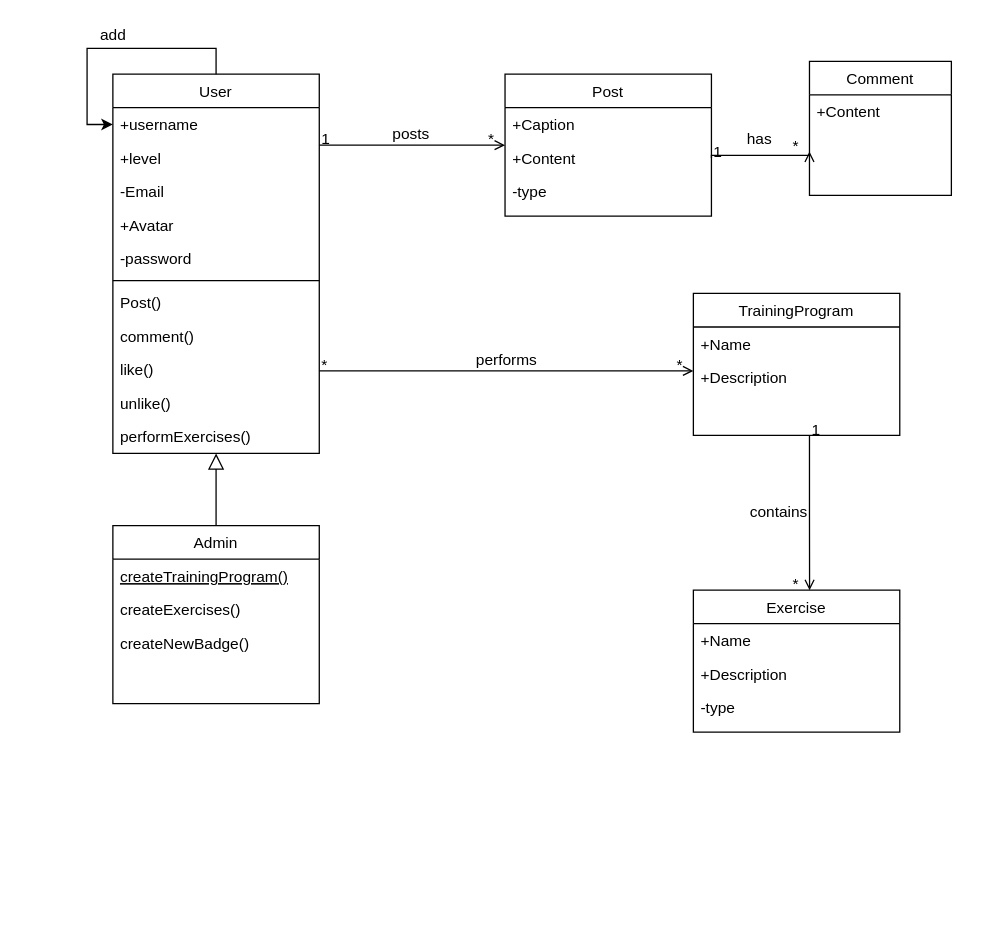
Before: Untitled Diagram.drawio in MohammadEssam0/database-related-things, a draw.io diagram. Source tidied: cells renumbered, new cells numbered last; positions are measured from the earlier drawing's top-left corner, leaving out a move shared by most shapes. Both pictures are drawn from the tidied source at 129%, with x=0, y=0 at pixel (86, 22).
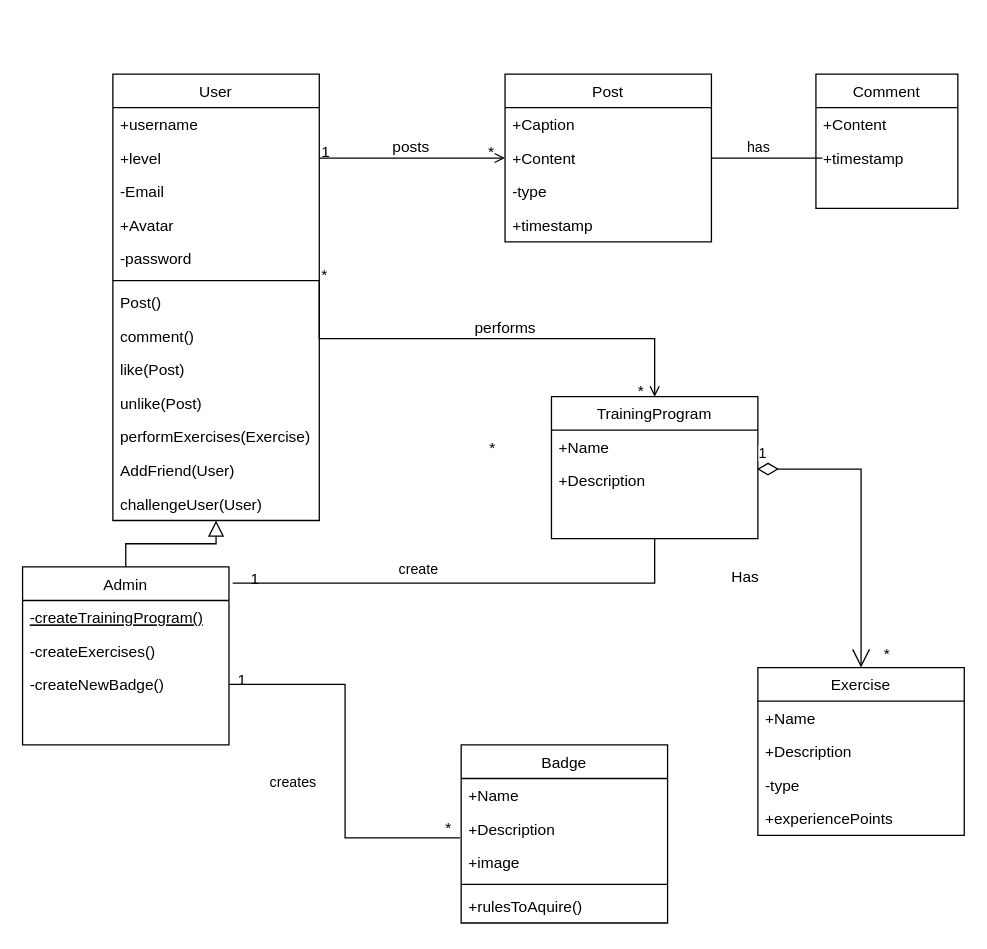
Above is the later version.

The change refers to these unchanged cells:
```xml
<mxCell id="3" value="+username" style="text;align=left;verticalAlign=top;spacingLeft=4;spacingRight=4;overflow=hidden;points=[[0,0.5],[1,0.5]];portConstraint=eastwest;" parent="2" vertex="1">
  <mxGeometry y="26" width="160" height="26" as="geometry" />
</mxCell>
<mxCell id="8" style="line;html=1;strokeWidth=1;align=left;verticalAlign=middle;spacingTop=-1;spacingLeft=3;spacingRight=3;labelPosition=right;points=[];portConstraint=eastwest;" parent="2" vertex="1">
  <mxGeometry y="156" width="160" height="8" as="geometry" />
</mxCell>
<mxCell id="22" value="+Content" style="text;align=left;verticalAlign=top;spacingLeft=4;spacingRight=4;overflow=hidden;points=[[0,0.5],[1,0.5]];portConstraint=eastwest;rounded=0;shadow=0;html=0;" parent="20" vertex="1">
  <mxGeometry y="52" width="160" height="26" as="geometry" />
</mxCell>
<mxCell id="38" value="+Description" style="text;align=left;verticalAlign=top;spacingLeft=4;spacingRight=4;overflow=hidden;points=[[0,0.5],[1,0.5]];portConstraint=eastwest;rounded=0;shadow=0;html=0;" parent="36" vertex="1">
  <mxGeometry y="52" width="160" height="26" as="geometry" />
</mxCell>
```

Diff of the diagram source:
```diff
@@
     <mxCell id="2" value="User" style="swimlane;fontStyle=0;align=center;verticalAlign=top;horizontal=1;startSize=26;rounded=0;shadow=0;strokeWidth=1;" parent="1" vertex="1">
-      <mxGeometry x="20" y="40" width="160" height="294" as="geometry" />
+      <mxGeometry x="20" y="40" width="160" height="346" as="geometry" />
     </mxCell>
@@
-    <mxCell id="11" value="like()" style="text;align=left;verticalAlign=top;spacingLeft=4;spacingRight=4;overflow=hidden;" parent="2" vertex="1">
+    <mxCell id="11" value="like(Post)" style="text;align=left;verticalAlign=top;spacingLeft=4;spacingRight=4;overflow=hidden;" parent="2" vertex="1">
       <mxGeometry y="216" width="160" height="26" as="geometry" />
     </mxCell>
-    <mxCell id="12" value="unlike()" style="text;align=left;verticalAlign=top;spacingLeft=4;spacingRight=4;overflow=hidden;" parent="2" vertex="1">
+    <mxCell id="12" value="unlike(Post)" style="text;align=left;verticalAlign=top;spacingLeft=4;spacingRight=4;overflow=hidden;" parent="2" vertex="1">
       <mxGeometry y="242" width="160" height="26" as="geometry" />
     </mxCell>
-    <mxCell id="13" value="performExercises()" style="text;align=left;verticalAlign=top;spacingLeft=4;spacingRight=4;overflow=hidden;" parent="2" vertex="1">
+    <mxCell id="13" value="performExercises(Exercise)" style="text;align=left;verticalAlign=top;spacingLeft=4;spacingRight=4;overflow=hidden;" parent="2" vertex="1">
       <mxGeometry y="268" width="160" height="26" as="geometry" />
     </mxCell>
-    <mxCell id="14" style="edgeStyle=orthogonalEdgeStyle;rounded=0;jettySize=auto;html=1;" parent="2" edge="1" source="2" target="3">
-      <mxGeometry relative="1" as="geometry" />
-    </mxCell>
+    <mxCell id="50" value="AddFriend(User)" style="text;align=left;verticalAlign=top;spacingLeft=4;spacingRight=4;overflow=hidden;" parent="2" vertex="1">
+      <mxGeometry y="294" width="160" height="26" as="geometry" />
+    </mxCell>
+    <mxCell id="51" value="challengeUser(User)" style="text;align=left;verticalAlign=top;spacingLeft=4;spacingRight=4;overflow=hidden;" parent="2" vertex="1">
+      <mxGeometry y="320" width="160" height="26" as="geometry" />
+    </mxCell>
     <mxCell id="15" value="Admin" style="swimlane;fontStyle=0;align=center;verticalAlign=top;horizontal=1;startSize=26;rounded=0;shadow=0;strokeWidth=1;" parent="1" vertex="1">
-      <mxGeometry x="20" y="390" width="160" height="138" as="geometry" />
+      <mxGeometry x="-50" y="422" width="160" height="138" as="geometry" />
     </mxCell>
-    <mxCell id="16" value="createTrainingProgram()" style="text;align=left;verticalAlign=top;spacingLeft=4;spacingRight=4;overflow=hidden;fontStyle=4;" parent="15" vertex="1">
+    <mxCell id="16" value="-createTrainingProgram()" style="text;align=left;verticalAlign=top;spacingLeft=4;spacingRight=4;overflow=hidden;fontStyle=4;" parent="15" vertex="1">
       <mxGeometry y="26" width="160" height="26" as="geometry" />
     </mxCell>
-    <mxCell id="17" value="createExercises()" style="text;align=left;verticalAlign=top;spacingLeft=4;spacingRight=4;overflow=hidden;" parent="15" vertex="1">
+    <mxCell id="17" value="-createExercises()" style="text;align=left;verticalAlign=top;spacingLeft=4;spacingRight=4;overflow=hidden;" parent="15" vertex="1">
       <mxGeometry y="52" width="160" height="26" as="geometry" />
     </mxCell>
-    <mxCell id="18" value="createNewBadge()" style="text;align=left;verticalAlign=top;spacingLeft=4;spacingRight=4;overflow=hidden;points=[[0,0.5],[1,0.5]];portConstraint=eastwest;" parent="15" vertex="1">
+    <mxCell id="18" value="-createNewBadge()" style="text;align=left;verticalAlign=top;spacingLeft=4;spacingRight=4;overflow=hidden;points=[[0,0.5],[1,0.5]];portConstraint=eastwest;" parent="15" vertex="1">
       <mxGeometry y="78" width="160" height="26" as="geometry" />
     </mxCell>
@@
     <mxCell id="20" value="Post" style="swimlane;fontStyle=0;align=center;verticalAlign=top;horizontal=1;startSize=26;rounded=0;shadow=0;strokeWidth=1;" parent="1" vertex="1">
-      <mxGeometry x="324" y="40" width="160" height="110" as="geometry" />
+      <mxGeometry x="324" y="40" width="160" height="130" as="geometry" />
     </mxCell>
@@
+    <mxCell id="52" value="+timestamp" style="text;align=left;verticalAlign=top;spacingLeft=4;spacingRight=4;overflow=hidden;rounded=0;shadow=0;html=0;" parent="20" vertex="1">
+      <mxGeometry y="104" width="160" height="26" as="geometry" />
+    </mxCell>
@@
     <mxCell id="28" value="Exercise" style="swimlane;fontStyle=0;align=center;verticalAlign=top;horizontal=1;startSize=26;rounded=0;shadow=0;strokeWidth=1;" parent="1" vertex="1">
-      <mxGeometry x="470" y="440" width="160" height="110" as="geometry" />
+      <mxGeometry x="520" y="500" width="160" height="130" as="geometry" />
     </mxCell>
@@
+    <mxCell id="53" value="+experiencePoints" style="text;align=left;verticalAlign=top;spacingLeft=4;spacingRight=4;overflow=hidden;rounded=0;shadow=0;html=0;" parent="28" vertex="1">
+      <mxGeometry y="104" width="160" height="26" as="geometry" />
+    </mxCell>
-    <mxCell id="32" style="endArrow=open;shadow=0;strokeWidth=1;rounded=0;endFill=1;edgeStyle=elbowEdgeStyle;elbow=vertical;" parent="1" edge="1">
+    <mxCell id="32" style="endArrow=open;shadow=0;strokeWidth=1;rounded=0;endFill=1;edgeStyle=elbowEdgeStyle;elbow=vertical;exitX=1;exitY=0.47;exitDx=0;exitDy=0;exitPerimeter=0;entryX=0.5;entryY=0;entryDx=0;entryDy=0;" parent="1" edge="1" source="8" target="36">
       <mxGeometry x="0.5" y="41" relative="1" as="geometry">
-        <mxPoint x="180" y="270" as="sourcePoint" />
-        <mxPoint x="470" y="270" as="targetPoint" />
         <mxPoint x="-40" y="32" as="offset" />
       </mxGeometry>
     </mxCell>
@@
     <mxCell id="36" value="TrainingProgram" style="swimlane;fontStyle=0;align=center;verticalAlign=top;horizontal=1;startSize=26;rounded=0;shadow=0;strokeWidth=1;" parent="1" vertex="1">
-      <mxGeometry x="470" y="210" width="160" height="110" as="geometry" />
+      <mxGeometry x="360" y="290" width="160" height="110" as="geometry" />
     </mxCell>
@@
-    <mxCell id="39" style="endArrow=open;shadow=0;strokeWidth=1;rounded=0;endFill=1;edgeStyle=elbowEdgeStyle;elbow=vertical;entryX=0.563;entryY=0;entryDx=0;entryDy=0;entryPerimeter=0;" parent="1" edge="1" target="28">
-      <mxGeometry x="0.5" y="41" relative="1" as="geometry">
-        <mxPoint x="560" y="320" as="sourcePoint" />
-        <mxPoint x="-40" y="32" as="offset" />
-      </mxGeometry>
-    </mxCell>
-    <mxCell id="40" value="1" style="align=left;verticalAlign=bottom;labelBackgroundColor=none;fontSize=12;" parent="39" vertex="1">
-      <mxGeometry x="-1" relative="1" as="geometry">
-        <mxPoint y="4" as="offset" />
-      </mxGeometry>
-    </mxCell>
-    <mxCell id="41" value="*" style="align=right;verticalAlign=bottom;labelBackgroundColor=none;fontSize=12;" parent="39" vertex="1">
-      <mxGeometry x="1" relative="1" as="geometry">
-        <mxPoint x="-7" y="4" as="offset" />
-      </mxGeometry>
-    </mxCell>
-    <mxCell id="42" value="contains" style="text;html=1;align=center;verticalAlign=middle;labelBackgroundColor=none;rounded=0;shadow=0;strokeWidth=1;fontSize=12;" parent="39" vertex="1">
-      <mxGeometry x="0.5" y="49" relative="1" as="geometry">
-        <mxPoint x="-74" y="-30" as="offset" />
-      </mxGeometry>
-    </mxCell>
-    <mxCell id="43" value="add" style="text;html=1;align=center;verticalAlign=middle;strokeColor=none;fillColor=none;" parent="1" vertex="1">
-      <mxGeometry width="40" height="20" as="geometry" />
-    </mxCell>
     <mxCell id="44" value="Comment" style="swimlane;fontStyle=0;align=center;verticalAlign=top;horizontal=1;startSize=26;rounded=0;shadow=0;strokeWidth=1;" parent="1" vertex="1">
-      <mxGeometry x="560" y="30" width="110" height="104" as="geometry" />
+      <mxGeometry x="565" y="40" width="110" height="104" as="geometry" />
     </mxCell>
@@
-    <mxCell id="46" style="endArrow=open;shadow=0;strokeWidth=1;rounded=0;endFill=1;edgeStyle=elbowEdgeStyle;elbow=vertical;exitX=1;exitY=0.5;exitDx=0;exitDy=0;" parent="1" edge="1" source="22">
-      <mxGeometry x="0.5" y="41" relative="1" as="geometry">
-        <mxPoint x="560" y="100" as="targetPoint" />
-        <mxPoint x="-40" y="32" as="offset" />
-      </mxGeometry>
-    </mxCell>
-    <mxCell id="47" value="1" style="align=left;verticalAlign=bottom;labelBackgroundColor=none;fontSize=12;" parent="46" vertex="1">
-      <mxGeometry x="-1" relative="1" as="geometry">
-        <mxPoint y="4" as="offset" />
-      </mxGeometry>
-    </mxCell>
-    <mxCell id="48" value="*" style="align=right;verticalAlign=bottom;labelBackgroundColor=none;fontSize=12;" parent="46" vertex="1">
-      <mxGeometry x="1" relative="1" as="geometry">
-        <mxPoint x="-7" y="4" as="offset" />
-      </mxGeometry>
-    </mxCell>
+    <mxCell id="54" value="+timestamp" style="text;align=left;verticalAlign=top;spacingLeft=4;spacingRight=4;overflow=hidden;rounded=0;shadow=0;html=0;" parent="44" vertex="1">
+      <mxGeometry y="52" width="110" height="26" as="geometry" />
+    </mxCell>
+    <mxCell id="55" value="Has" style="text;html=1;align=center;verticalAlign=middle;strokeColor=none;fillColor=none;" parent="1" vertex="1">
+      <mxGeometry x="490" y="420" width="40" height="20" as="geometry" />
+    </mxCell>
+    <mxCell id="56" style="endArrow=none;html=1;edgeStyle=orthogonalEdgeStyle;rounded=0;exitX=1;exitY=0.5;exitDx=0;exitDy=0;" parent="1" edge="1" source="22">
+      <mxGeometry relative="1" as="geometry">
+        <mxPoint x="570" y="105" as="targetPoint" />
+      </mxGeometry>
+    </mxCell>
-    <mxCell id="49" value="has" style="text;html=1;align=center;verticalAlign=middle;labelBackgroundColor=none;rounded=0;shadow=0;strokeWidth=1;fontSize=12;" parent="46" vertex="1">
-      <mxGeometry x="0.5" y="49" relative="1" as="geometry">
-        <mxPoint x="-23" y="36" as="offset" />
+    <mxCell id="49" value="has" style="edgeLabel;html=1;align=left;verticalAlign=bottom;" parent="56" vertex="1">
+      <mxGeometry x="-1" relative="1" as="geometry">
+        <mxPoint x="26" as="offset" />
       </mxGeometry>
     </mxCell>
+    <mxCell id="57" value="Badge" style="swimlane;fontStyle=0;align=center;verticalAlign=top;horizontal=1;startSize=26;rounded=0;shadow=0;strokeWidth=1;" parent="1" vertex="1">
+      <mxGeometry x="290" y="560" width="160" height="138" as="geometry" />
+    </mxCell>
+    <mxCell id="58" value="+Name" style="text;align=left;verticalAlign=top;spacingLeft=4;spacingRight=4;overflow=hidden;rounded=0;shadow=0;html=0;" parent="57" vertex="1">
+      <mxGeometry y="26" width="160" height="26" as="geometry" />
+    </mxCell>
+    <mxCell id="59" value="+Description" style="text;align=left;verticalAlign=top;spacingLeft=4;spacingRight=4;overflow=hidden;points=[[0,0.5],[1,0.5]];portConstraint=eastwest;rounded=0;shadow=0;html=0;" parent="57" vertex="1">
+      <mxGeometry y="52" width="160" height="26" as="geometry" />
+    </mxCell>
+    <mxCell id="60" value="+image" style="text;align=left;verticalAlign=top;spacingLeft=4;spacingRight=4;overflow=hidden;rounded=0;shadow=0;html=0;" parent="57" vertex="1">
+      <mxGeometry y="78" width="160" height="26" as="geometry" />
+    </mxCell>
+    <mxCell id="61" style="line;strokeWidth=1;fillColor=none;align=left;verticalAlign=middle;spacingTop=-1;spacingLeft=3;spacingRight=3;labelPosition=right;" parent="57" vertex="1">
+      <mxGeometry y="104" width="160" height="8" as="geometry" />
+    </mxCell>
+    <mxCell id="62" value="+rulesToAquire()" style="text;align=left;verticalAlign=top;spacingLeft=4;spacingRight=4;overflow=hidden;rounded=0;shadow=0;html=0;" parent="57" vertex="1">
+      <mxGeometry y="112" width="160" height="26" as="geometry" />
+    </mxCell>
+    <mxCell id="63" style="endArrow=none;html=1;edgeStyle=orthogonalEdgeStyle;rounded=0;exitX=1;exitY=0.5;exitDx=0;exitDy=0;entryX=-0.006;entryY=0.769;entryDx=0;entryDy=0;entryPerimeter=0;" parent="1" edge="1" source="18" target="59">
+      <mxGeometry relative="1" as="geometry" />
+    </mxCell>
+    <mxCell id="64" value="creates" style="edgeLabel;html=1;align=left;verticalAlign=bottom;" parent="63" vertex="1">
+      <mxGeometry x="-1" relative="1" as="geometry">
+        <mxPoint x="30" y="84" as="offset" />
+      </mxGeometry>
+    </mxCell>
+    <mxCell id="65" value="1" style="text;html=1;align=center;verticalAlign=middle;strokeColor=none;fillColor=none;" parent="1" vertex="1">
+      <mxGeometry x="110" y="500" width="20" height="20" as="geometry" />
+    </mxCell>
+    <mxCell id="66" value="*" style="text;html=1;align=center;verticalAlign=middle;strokeColor=none;fillColor=none;" parent="1" vertex="1">
+      <mxGeometry x="270" y="615" width="20" height="20" as="geometry" />
+    </mxCell>
+    <mxCell id="67" style="endArrow=none;html=1;edgeStyle=orthogonalEdgeStyle;rounded=0;exitX=1.018;exitY=0.091;exitDx=0;exitDy=0;exitPerimeter=0;" parent="1" edge="1" source="15" target="36">
+      <mxGeometry relative="1" as="geometry" />
+    </mxCell>
+    <mxCell id="68" value="create" style="edgeLabel;html=1;align=left;verticalAlign=bottom;" parent="67" vertex="1">
+      <mxGeometry x="-1" relative="1" as="geometry">
+        <mxPoint x="127" y="-3" as="offset" />
+      </mxGeometry>
+    </mxCell>
+    <mxCell id="69" value="1" style="text;html=1;align=center;verticalAlign=middle;strokeColor=none;fillColor=none;" parent="1" vertex="1">
+      <mxGeometry x="120" y="422" width="20" height="20" as="geometry" />
+    </mxCell>
+    <mxCell id="70" value="*" style="text;html=1;align=center;verticalAlign=middle;strokeColor=none;fillColor=none;" parent="1" vertex="1">
+      <mxGeometry x="304" y="320" width="20" height="20" as="geometry" />
+    </mxCell>
+    <mxCell id="71" value="1" style="endArrow=open;html=1;endSize=12;startArrow=diamondThin;startSize=14;startFill=0;edgeStyle=orthogonalEdgeStyle;align=left;verticalAlign=bottom;rounded=0;exitX=0.996;exitY=0.158;exitDx=0;exitDy=0;exitPerimeter=0;entryX=0.5;entryY=0;entryDx=0;entryDy=0;" parent="1" edge="1" source="38" target="28">
+      <mxGeometry x="-1" y="3" relative="1" as="geometry" />
+    </mxCell>
+    <mxCell id="72" value="*" style="text;html=1;align=center;verticalAlign=middle;strokeColor=none;fillColor=none;" parent="1" vertex="1">
+      <mxGeometry x="610" y="480" width="20" height="20" as="geometry" />
+    </mxCell>
```
